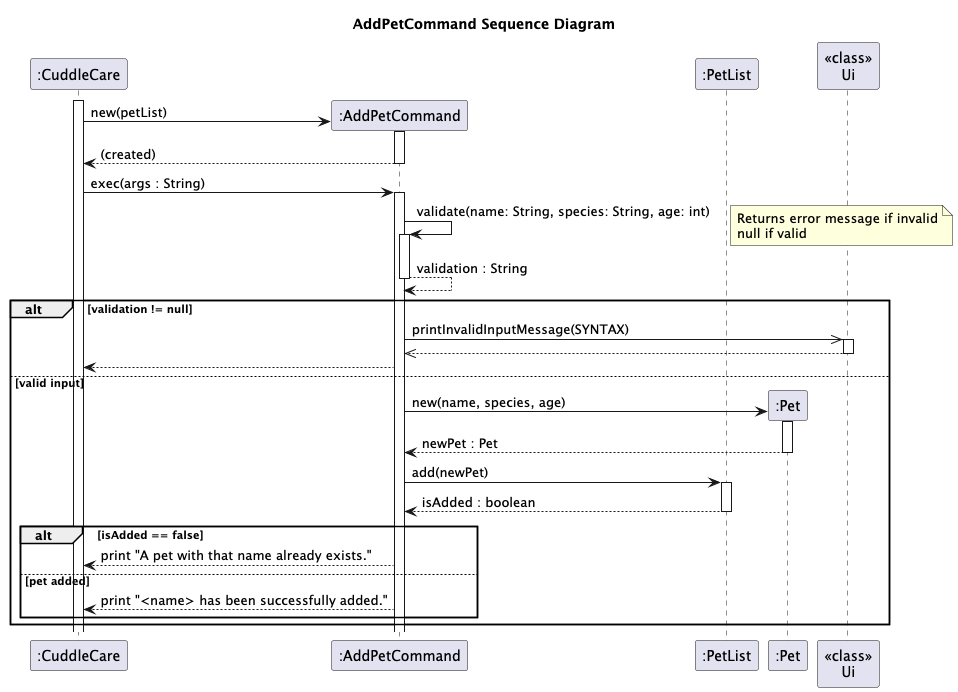
Earlier version of the PlantUML export docs/diagrams/AddPetCommand_Sequence_Diagram.png (Kevin88866/tp).
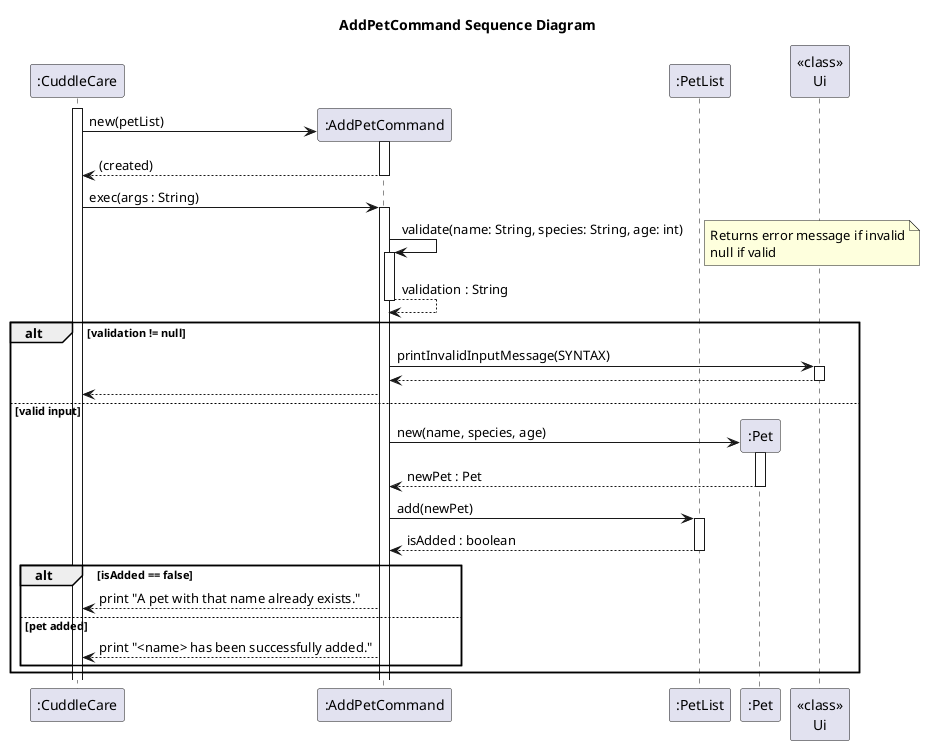
Later version of the same file.

Commit message:
Update Sequence Diagram

Diff of the diagram source:
```diff
@@ -22,7 +22,7 @@
 return validation : String
 
 alt validation != null
-    AddPetCommand ->> Ui : printInvalidInputMessage(SYNTAX)
+    AddPetCommand -> Ui : printInvalidInputMessage(SYNTAX)
     activate Ui
     return
     AddPetCommand --> CuddleCare
```
